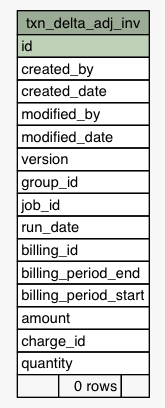
Before: Data/settlement/diagrams/summary/txn_delta_adj_inv.1degree.png, a diagram exported from Graphviz (eyana-m/python-data-dictionary-writer). Its source is kept beside it as Data/settlement/diagrams/summary/txn_delta_adj_inv.1degree.dot.
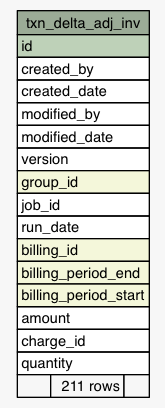
Later version of the same file.

What changed in the source:
```diff
@@ -25,16 +25,16 @@
       <TR><TD PORT="modified_by" COLSPAN="3" ALIGN="LEFT">modified_by</TD></TR>
       <TR><TD PORT="modified_date" COLSPAN="3" ALIGN="LEFT">modified_date</TD></TR>
       <TR><TD PORT="version" COLSPAN="3" ALIGN="LEFT">version</TD></TR>
-      <TR><TD PORT="group_id" COLSPAN="3" ALIGN="LEFT">group_id</TD></TR>
+      <TR><TD PORT="group_id" COLSPAN="3" BGCOLOR="#f4f7da" ALIGN="LEFT">group_id</TD></TR>
       <TR><TD PORT="job_id" COLSPAN="3" ALIGN="LEFT">job_id</TD></TR>
       <TR><TD PORT="run_date" COLSPAN="3" ALIGN="LEFT">run_date</TD></TR>
-      <TR><TD PORT="billing_id" COLSPAN="3" ALIGN="LEFT">billing_id</TD></TR>
-      <TR><TD PORT="billing_period_end" COLSPAN="3" ALIGN="LEFT">billing_period_end</TD></TR>
-      <TR><TD PORT="billing_period_start" COLSPAN="3" ALIGN="LEFT">billing_period_start</TD></TR>
+      <TR><TD PORT="billing_id" COLSPAN="3" BGCOLOR="#f4f7da" ALIGN="LEFT">billing_id</TD></TR>
+      <TR><TD PORT="billing_period_end" COLSPAN="3" BGCOLOR="#f4f7da" ALIGN="LEFT">billing_period_end</TD></TR>
+      <TR><TD PORT="billing_period_start" COLSPAN="3" BGCOLOR="#f4f7da" ALIGN="LEFT">billing_period_start</TD></TR>
       <TR><TD PORT="amount" COLSPAN="3" ALIGN="LEFT">amount</TD></TR>
       <TR><TD PORT="charge_id" COLSPAN="3" ALIGN="LEFT">charge_id</TD></TR>
       <TR><TD PORT="quantity" COLSPAN="3" ALIGN="LEFT">quantity</TD></TR>
-      <TR><TD ALIGN="LEFT" BGCOLOR="#f7f7f7">  </TD><TD ALIGN="RIGHT" BGCOLOR="#f7f7f7">0 rows</TD><TD ALIGN="RIGHT" BGCOLOR="#f7f7f7">  </TD></TR>
+      <TR><TD ALIGN="LEFT" BGCOLOR="#f7f7f7">  </TD><TD ALIGN="RIGHT" BGCOLOR="#f7f7f7">211 rows</TD><TD ALIGN="RIGHT" BGCOLOR="#f7f7f7">  </TD></TR>
     </TABLE>>
     URL="tables/txn_delta_adj_inv.html"
     tooltip="txn_delta_adj_inv"
```
